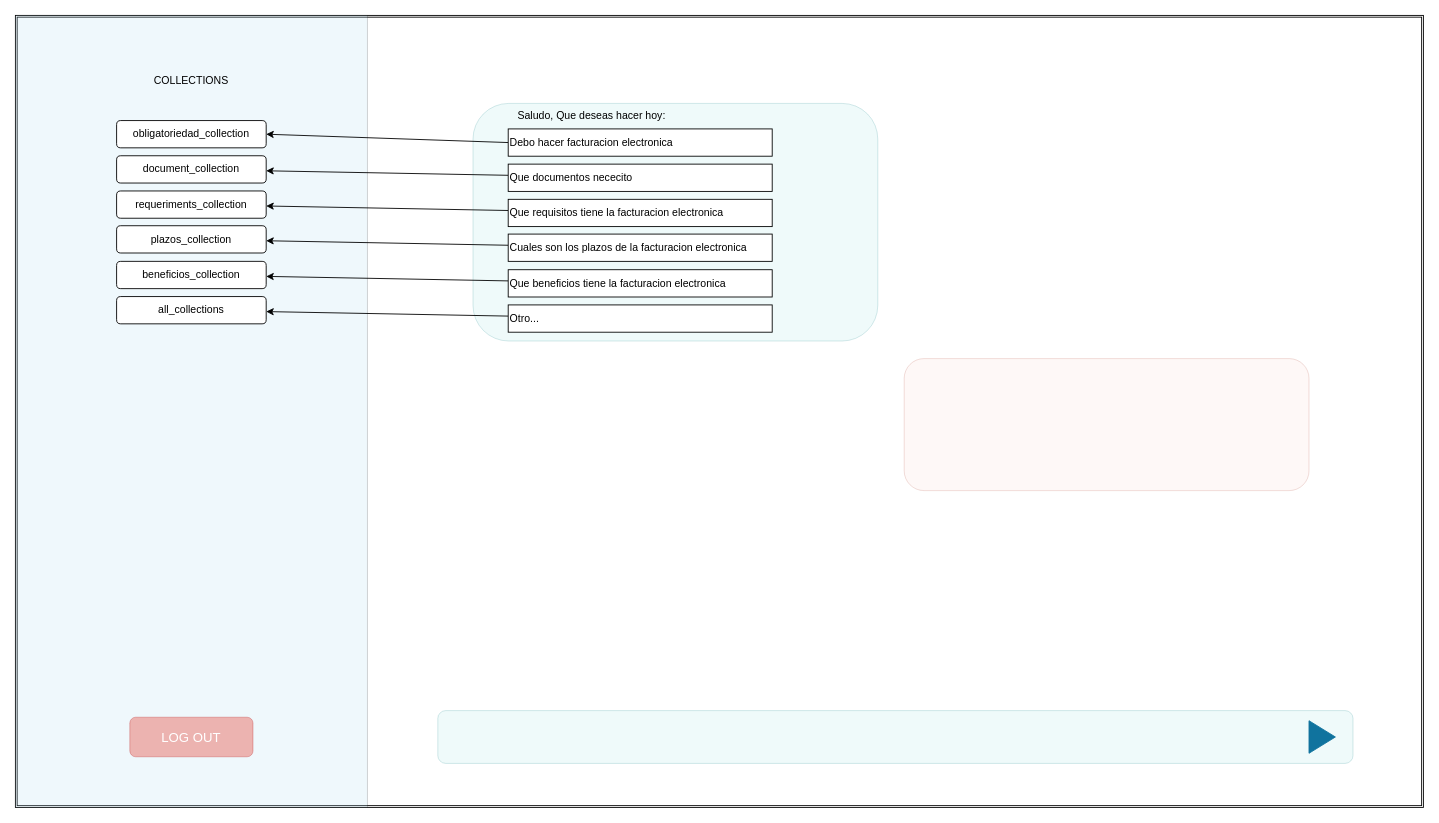
The draw.io diagram assets/chat.drawio in Jualoz-IA/Chatbot_Soporte, before the edit. Source tidied: cells renumbered, new cells numbered last; positions are measured from the earlier drawing's top-left corner, leaving out a move shared by most shapes. Both pictures are drawn from the tidied source at 88%, with x=0, y=0 at pixel (15, 15).
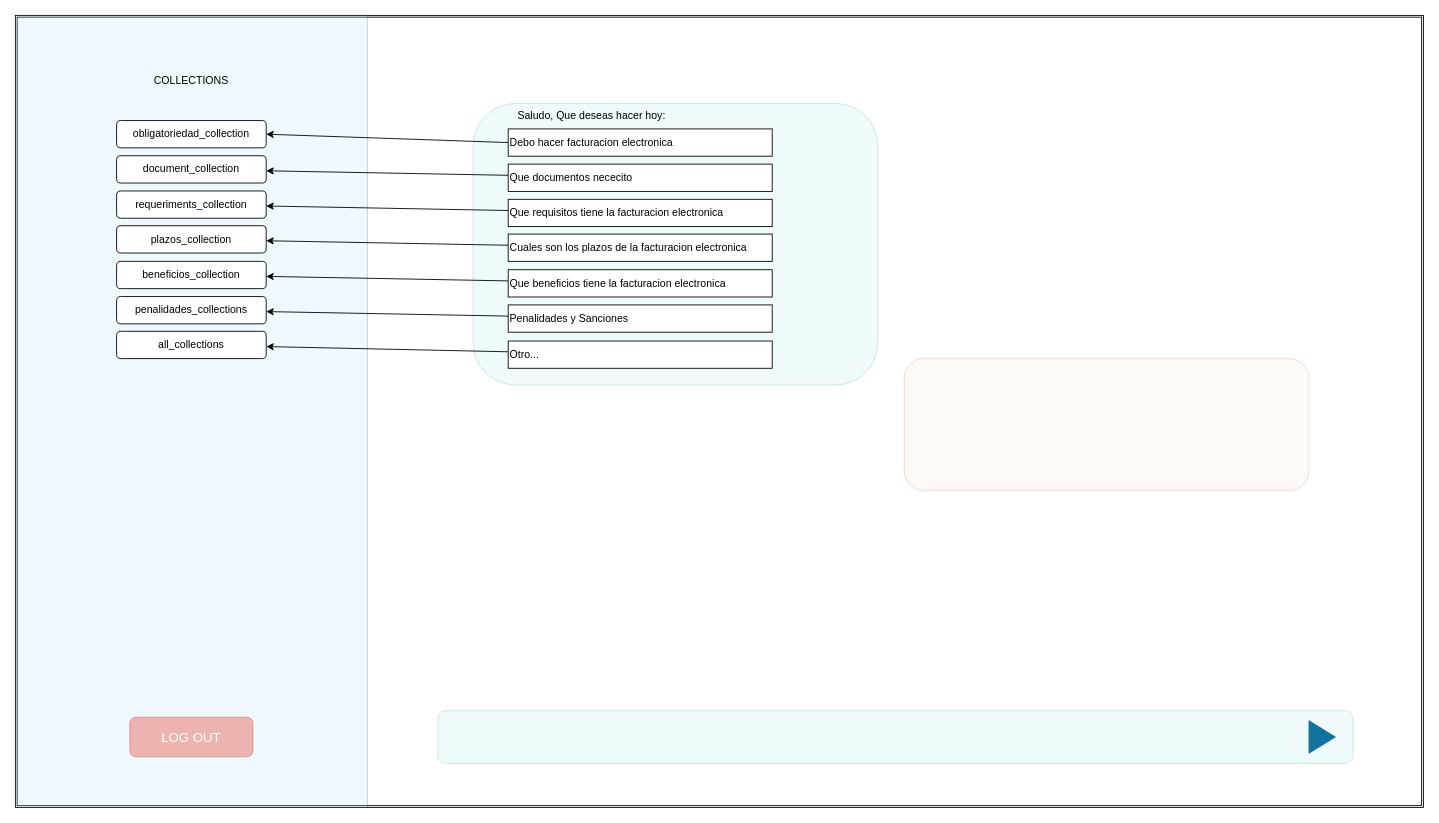
The same diagram, later.

Commit message (it also covers changes not shown here):
Avances Chat

Diff of the diagram source:
```diff
@@
     <mxCell id="13" style="rounded=1;whiteSpace=wrap;html=1;fontSize=20;fillColor=#b0e3e6;strokeColor=#0e8088;opacity=20;" parent="1" vertex="1">
-      <mxGeometry x="520" y="100" width="460" height="270" as="geometry" />
+      <mxGeometry x="520" y="100" width="460" height="320" as="geometry" />
     </mxCell>
@@
-    <mxCell id="33" value="Otro..." style="rounded=0;whiteSpace=wrap;html=1;align=left;verticalAlign=middle;fontSize=12;" parent="1" vertex="1">
+    <mxCell id="33" value=" Penalidades y Sanciones" style="rounded=0;whiteSpace=wrap;html=1;align=left;verticalAlign=middle;fontSize=12;" parent="1" vertex="1">
       <mxGeometry x="560" y="329" width="300" height="31" as="geometry" />
     </mxCell>
-    <mxCell id="34" value="all_collections" style="rounded=1;whiteSpace=wrap;html=1;" parent="1" vertex="1">
+    <mxCell id="34" value="penalidades_collections" style="rounded=1;whiteSpace=wrap;html=1;" parent="1" vertex="1">
       <mxGeometry x="115" y="319.5" width="170" height="31" as="geometry" />
     </mxCell>
+    <mxCell id="35" style="edgeStyle=none;html=1;fontSize=12;" parent="1" edge="1" source="36" target="37">
+      <mxGeometry relative="1" as="geometry" />
+    </mxCell>
+    <mxCell id="36" value="Otro..." style="rounded=0;whiteSpace=wrap;html=1;align=left;verticalAlign=middle;fontSize=12;" parent="1" vertex="1">
+      <mxGeometry x="560" y="370" width="300" height="31" as="geometry" />
+    </mxCell>
+    <mxCell id="37" value="all_collections" style="rounded=1;whiteSpace=wrap;html=1;" parent="1" vertex="1">
+      <mxGeometry x="115" y="359" width="170" height="31" as="geometry" />
+    </mxCell>
```
